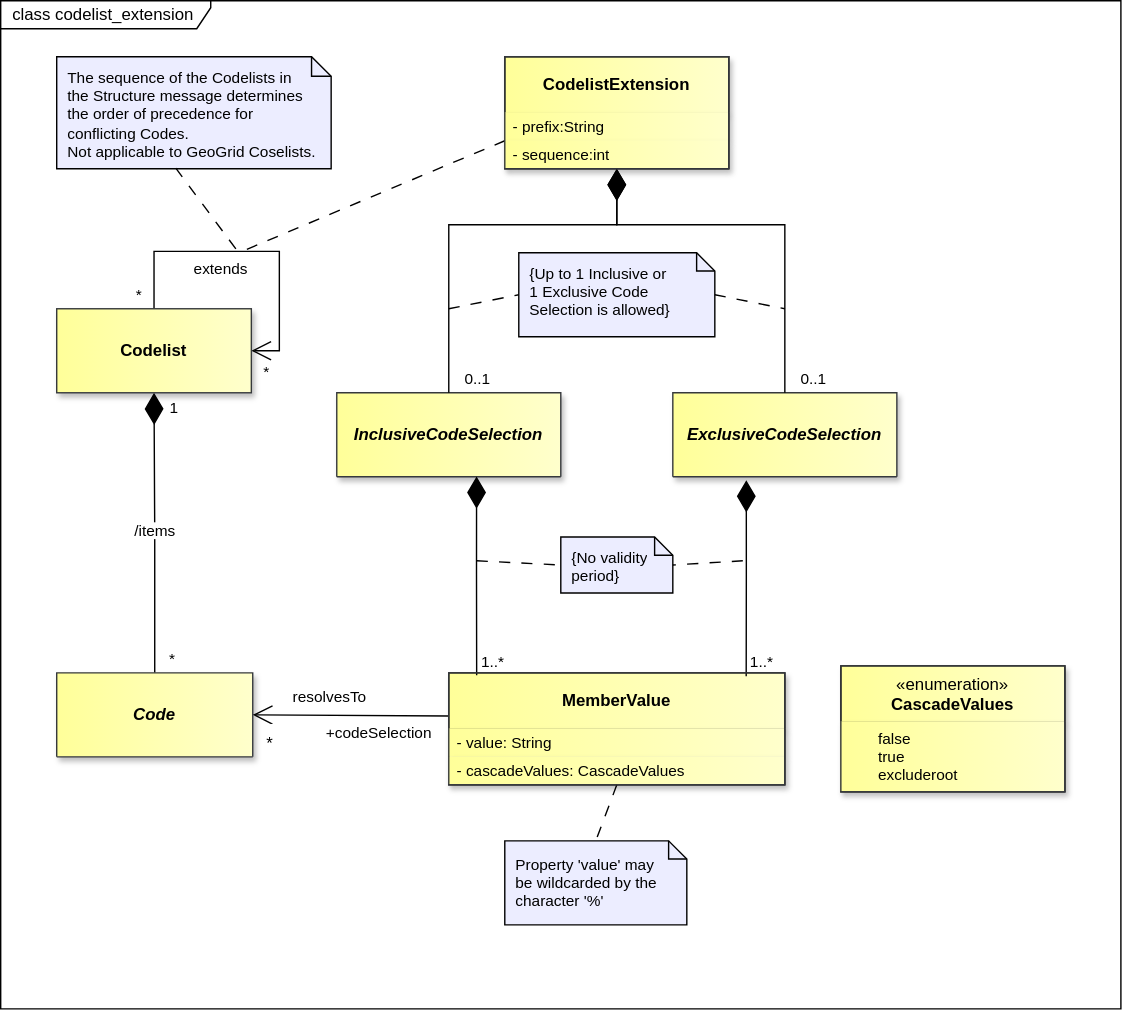
sdmx-twg/sdmx-im keeps this draw.io diagram as docs/information_model/media/sdmx_codelist-codelist_extension.svg. Above is the earlier version. Source tidied: cells renumbered, new cells last; positions are measured from the earlier drawing's top-left corner, leaving out a move shared by most shapes.
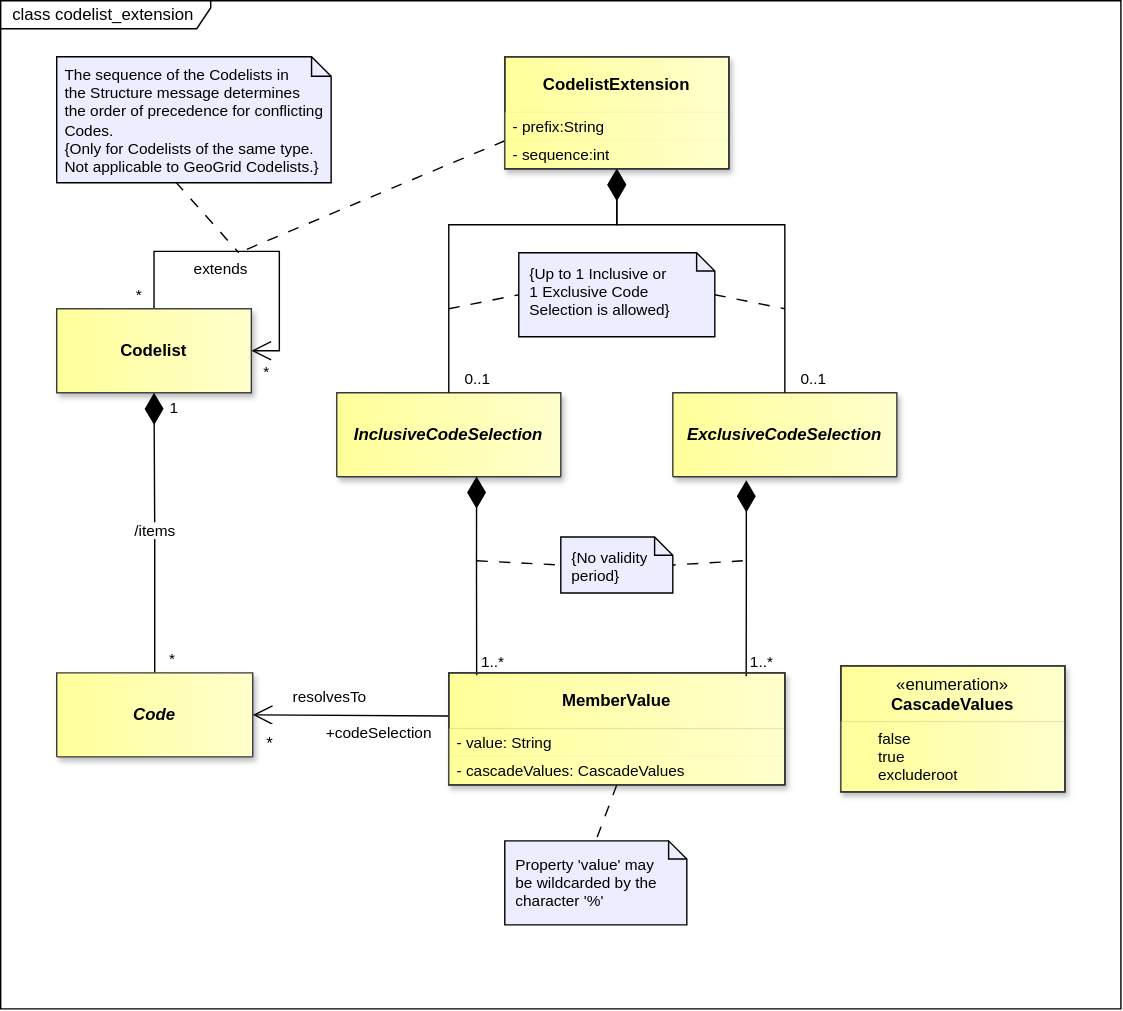
Later version of the same file.

The edit, as a diff of the source:
```diff
@@ -138,10 +138,10 @@
       <mxGeometry width="130" height="60" as="geometry" />
     </mxCell>
     <mxCell id="42" style="shape=note2;size=14;html=1;fillColor=light-dark(#ECEDFF,#FFFFFF);shadow=0;fontColor=light-dark(#000000,#000000);strokeColor=light-dark(#000000,#000000);labelPosition=center;verticalLabelPosition=middle;align=center;verticalAlign=middle;groupPadding=4 4 0;spacing=2;" parent="1" vertex="1">
-      <mxGeometry x="40" y="40" width="196" height="80" as="geometry" />
+      <mxGeometry x="40" y="40" width="196" height="90" as="geometry" />
     </mxCell>
-    <mxCell id="43" value="&lt;div&gt;&lt;span style=&quot;color: light-dark(rgb(0, 0, 0), rgb(0, 0, 0));&quot;&gt;The sequence of the Codelists in &lt;br&gt;the Structure message determines the order of precedence for conflicting Codes.&amp;nbsp;&lt;/span&gt;&lt;/div&gt;&lt;div&gt;&lt;span style=&quot;color: light-dark(rgb(0, 0, 0), rgb(0, 0, 0));&quot;&gt;Not applicable to GeoGrid Coselists.&amp;nbsp;&lt;/span&gt;&lt;/div&gt;" style="text;html=1;strokeColor=none;fillColor=none;align=left;verticalAlign=top;spacingLeft=4;spacingRight=4;overflow=hidden;labelBorderColor=none;spacingTop=0;whiteSpace=wrap;spacing=4;spacingBottom=0;fontSize=11;" parent="42" vertex="1">
-      <mxGeometry width="196" height="80" as="geometry" />
+    <mxCell id="43" value="&lt;div&gt;&lt;span style=&quot;color: light-dark(rgb(0, 0, 0), rgb(0, 0, 0));&quot;&gt;The sequence of the Codelists in &lt;br&gt;the Structure message determines the order of precedence for conflicting Codes.&amp;nbsp;&lt;/span&gt;&lt;/div&gt;&lt;div&gt;&lt;font style=&quot;color: light-dark(rgb(0, 0, 0), rgb(0, 0, 0));&quot;&gt;{Only for Codelists of the same type.&lt;/font&gt;&lt;/div&gt;&lt;div&gt;&lt;span style=&quot;color: light-dark(rgb(0, 0, 0), rgb(0, 0, 0));&quot;&gt;Not applicable to GeoGrid Codelists.}&amp;nbsp;&lt;/span&gt;&lt;/div&gt;" style="text;html=1;strokeColor=none;fillColor=none;align=left;verticalAlign=top;spacingLeft=4;spacingRight=4;overflow=hidden;labelBorderColor=none;spacingTop=0;whiteSpace=wrap;spacing=2;spacingBottom=0;fontSize=11;" parent="42" vertex="1">
+      <mxGeometry width="196" height="90" as="geometry" />
     </mxCell>
     <mxCell id="44" style="endArrow=none;html=1;endSize=12;startArrow=diamondThin;startSize=20;startFill=1;edgeStyle=orthogonalEdgeStyle;rounded=0;endFill=0;strokeColor=light-dark(#000000,#FFFFFF);fontColor=light-dark(#000000,#FFFFFF);labelBackgroundColor=none;exitX=0.5;exitY=1;exitDx=0;exitDy=0;entryX=0.5;entryY=0;entryDx=0;entryDy=0;" parent="1" edge="1" source="18" target="29">
       <mxGeometry x="0.33" relative="1" as="geometry">
```
